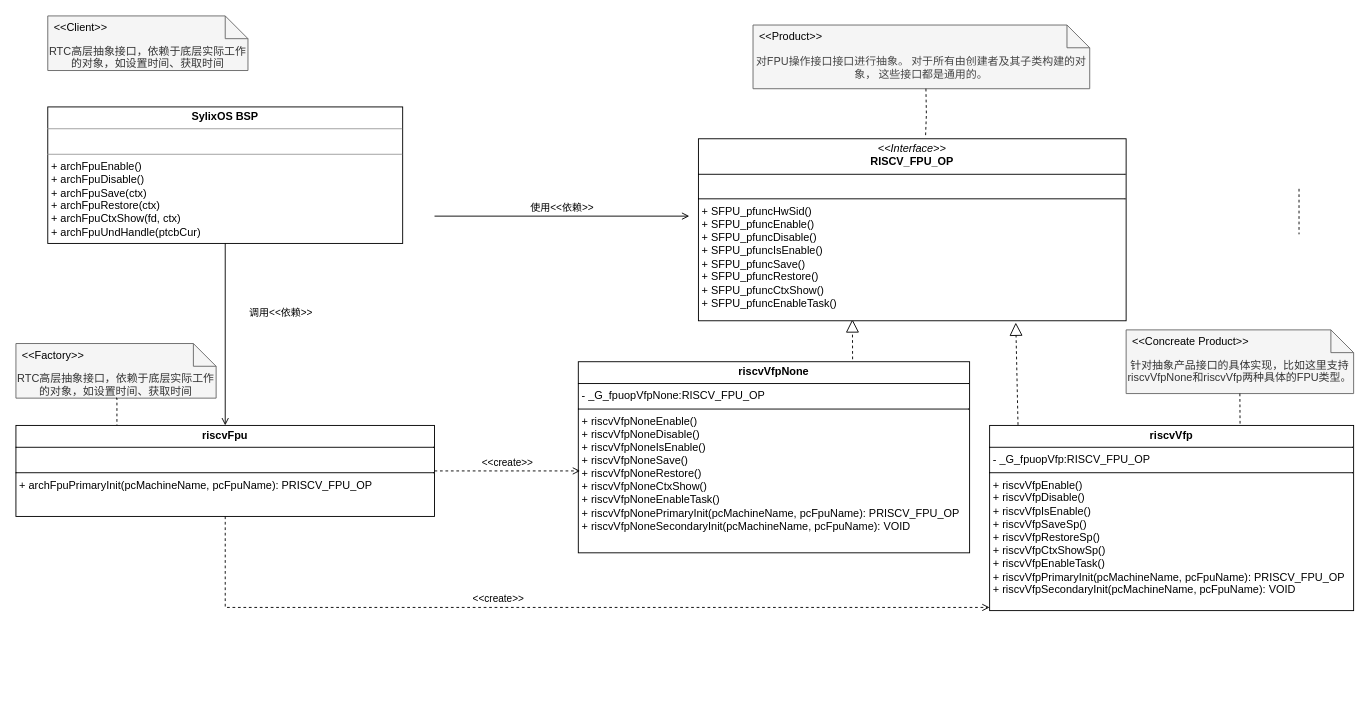
The draw.io diagram page "SylixOS设计模式-简单工厂" (4 of 4) of draw/SylixOS内核艺术.drawio in peng-fan/drawio, before the edit. Source tidied: cells renumbered, new cells numbered last; positions are measured from the earlier drawing's top-left corner, leaving out a move shared by most shapes. Both pictures are drawn from the tidied source at 91%, with x=0, y=0 at pixel (15, 15).
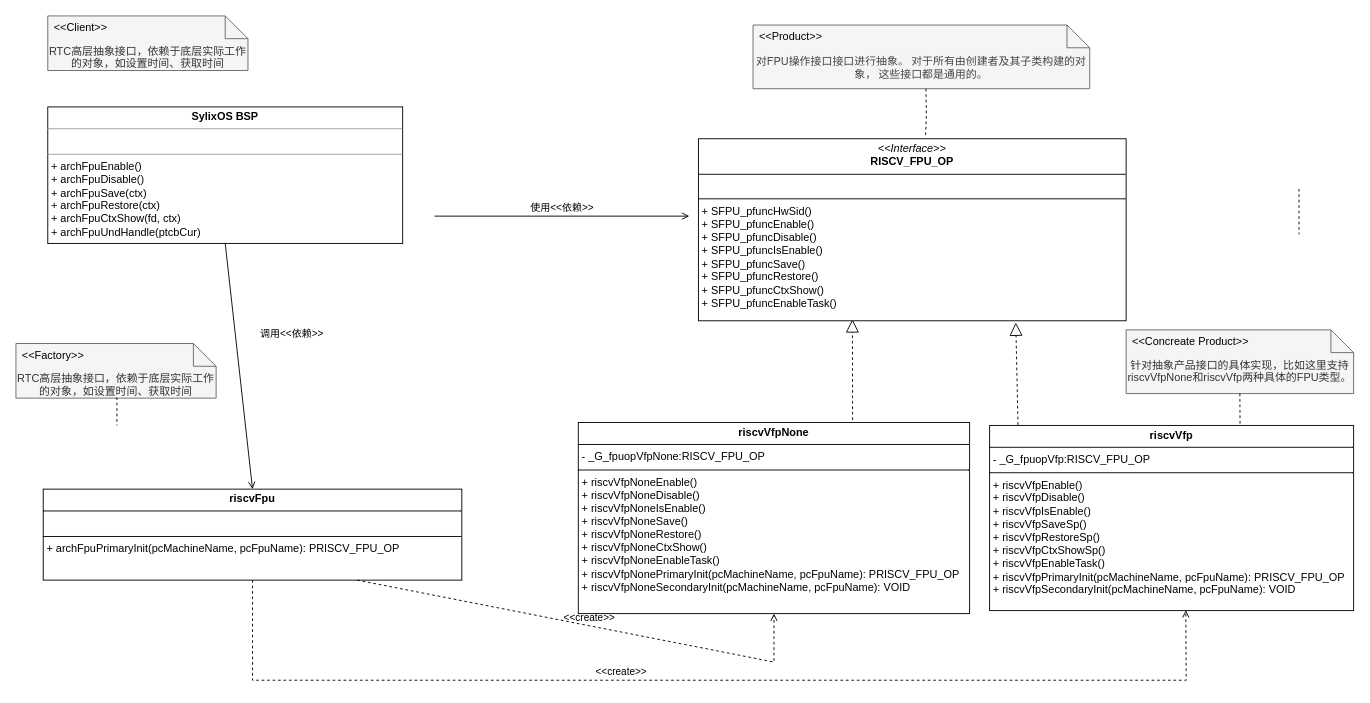
Above is the later version.

Commit message (it also covers changes not shown here):
更新SylixOS内核艺术.drawio

Unchanged cells that the change refers to:
```xml
<mxCell id="7" value="&lt;p style=&quot;margin:0px;margin-top:4px;text-align:center;&quot;&gt;&lt;b&gt;riscvVfp&lt;/b&gt;&lt;/p&gt;&lt;hr size=&quot;1&quot; style=&quot;border-style:solid;&quot;&gt;&lt;p style=&quot;margin:0px;margin-left:4px;&quot;&gt;- _G_fpuopVfp:RISCV_FPU_OP&lt;/p&gt;&lt;hr size=&quot;1&quot; style=&quot;border-style:solid;&quot;&gt;&lt;p style=&quot;margin: 0px 0px 0px 4px;&quot;&gt;&lt;span style=&quot;text-wrap-mode: nowrap;&quot;&gt;+ riscvVfpEnable()&lt;/span&gt;&lt;/p&gt;&lt;p style=&quot;margin: 0px 0px 0px 4px;&quot;&gt;&lt;span style=&quot;text-wrap-mode: nowrap;&quot;&gt;+ riscvVfpDisable()&lt;/span&gt;&lt;/p&gt;&lt;p style=&quot;margin: 0px 0px 0px 4px;&quot;&gt;&lt;span style=&quot;text-wrap-mode: nowrap;&quot;&gt;+ riscvVfpIsEnable()&lt;/span&gt;&lt;/p&gt;&lt;p style=&quot;margin: 0px 0px 0px 4px;&quot;&gt;&lt;span style=&quot;text-wrap-mode: nowrap;&quot;&gt;+ riscvVfpSaveSp()&lt;/span&gt;&lt;/p&gt;&lt;p style=&quot;margin: 0px 0px 0px 4px;&quot;&gt;&lt;span style=&quot;text-wrap-mode: nowrap;&quot;&gt;+ riscvVfpRestoreSp()&lt;/span&gt;&lt;/p&gt;&lt;p style=&quot;margin: 0px 0px 0px 4px;&quot;&gt;&lt;span style=&quot;text-wrap-mode: nowrap;&quot;&gt;+ riscvVfpCtxShowSp()&lt;/span&gt;&lt;/p&gt;&lt;p style=&quot;margin: 0px 0px 0px 4px;&quot;&gt;&lt;span style=&quot;text-wrap-mode: nowrap;&quot;&gt;+ riscvVfpEnableTask()&lt;/span&gt;&lt;/p&gt;&lt;p style=&quot;margin: 0px 0px 0px 4px;&quot;&gt;+ riscvVfpPrimaryInit(pcMachineName, pcFpuName):&amp;nbsp;PRISCV_FPU_OP&lt;span style=&quot;text-wrap-mode: nowrap;&quot;&gt;&lt;/span&gt;&lt;/p&gt;&lt;p style=&quot;margin: 0px 0px 0px 4px;&quot;&gt;+ riscvVfpSecondaryInit(pcMachineName, pcFpuName):&amp;nbsp;VOID&lt;/p&gt;" style="verticalAlign=top;align=left;overflow=fill;html=1;whiteSpace=wrap;" parent="1" vertex="1">
  <mxGeometry x="1070" y="450" width="400" height="203.5" as="geometry" />
</mxCell>
```

Diff of the diagram source:
```diff
@@
     <mxCell id="2" value="&lt;p style=&quot;margin:0px;margin-top:4px;text-align:center;&quot;&gt;&lt;b&gt;riscvVfpNone&lt;/b&gt;&lt;/p&gt;&lt;hr size=&quot;1&quot; style=&quot;border-style:solid;&quot;&gt;&lt;p style=&quot;margin:0px;margin-left:4px;&quot;&gt;- _G_fpuopVfpNone:RISCV_FPU_OP&lt;/p&gt;&lt;hr size=&quot;1&quot; style=&quot;border-style:solid;&quot;&gt;&lt;p style=&quot;margin: 0px 0px 0px 4px;&quot;&gt;&lt;span style=&quot;text-wrap-mode: nowrap;&quot;&gt;+ riscvVfpNoneEnable()&lt;/span&gt;&lt;/p&gt;&lt;p style=&quot;margin: 0px 0px 0px 4px;&quot;&gt;&lt;span style=&quot;text-wrap-mode: nowrap;&quot;&gt;+ riscvVfpNoneDisable()&lt;/span&gt;&lt;/p&gt;&lt;p style=&quot;margin: 0px 0px 0px 4px;&quot;&gt;&lt;span style=&quot;text-wrap-mode: nowrap;&quot;&gt;+ riscvVfpNoneIsEnable()&lt;/span&gt;&lt;/p&gt;&lt;p style=&quot;margin: 0px 0px 0px 4px;&quot;&gt;&lt;span style=&quot;text-wrap-mode: nowrap;&quot;&gt;+ riscvVfpNoneSave()&lt;/span&gt;&lt;/p&gt;&lt;p style=&quot;margin: 0px 0px 0px 4px;&quot;&gt;&lt;span style=&quot;text-wrap-mode: nowrap;&quot;&gt;+ riscvVfpNoneRestore()&lt;/span&gt;&lt;/p&gt;&lt;p style=&quot;margin: 0px 0px 0px 4px;&quot;&gt;&lt;span style=&quot;text-wrap-mode: nowrap;&quot;&gt;+ riscvVfpNoneCtxShow()&lt;/span&gt;&lt;/p&gt;&lt;p style=&quot;margin: 0px 0px 0px 4px;&quot;&gt;&lt;span style=&quot;text-wrap-mode: nowrap;&quot;&gt;+ riscvVfpNoneEnableTask()&lt;/span&gt;&lt;/p&gt;&lt;p style=&quot;margin: 0px 0px 0px 4px;&quot;&gt;+ riscvVfp&lt;span style=&quot;text-wrap-mode: nowrap; background-color: transparent; color: light-dark(rgb(0, 0, 0), rgb(255, 255, 255));&quot;&gt;None&lt;/span&gt;&lt;span style=&quot;background-color: transparent; color: light-dark(rgb(0, 0, 0), rgb(255, 255, 255));&quot;&gt;PrimaryInit(pcMachineName, pcFpuName):&amp;nbsp;PRISCV_FPU_OP&lt;/span&gt;&lt;/p&gt;&lt;p style=&quot;margin: 0px 0px 0px 4px;&quot;&gt;+ riscvVfp&lt;span style=&quot;text-wrap-mode: nowrap; background-color: transparent; color: light-dark(rgb(0, 0, 0), rgb(255, 255, 255));&quot;&gt;None&lt;/span&gt;&lt;span style=&quot;background-color: transparent; color: light-dark(rgb(0, 0, 0), rgb(255, 255, 255));&quot;&gt;SecondaryInit(pcMachineName, pcFpuName):&amp;nbsp;VOID&lt;/span&gt;&lt;/p&gt;" style="verticalAlign=top;align=left;overflow=fill;html=1;whiteSpace=wrap;" parent="1" vertex="1">
-      <mxGeometry x="618" y="380" width="430" height="210" as="geometry" />
+      <mxGeometry x="618" y="446.8" width="430" height="210" as="geometry" />
     </mxCell>
@@
     <mxCell id="5" value="&lt;p style=&quot;margin:0px;margin-top:4px;text-align:center;&quot;&gt;&lt;b&gt;riscvFpu&lt;/b&gt;&lt;/p&gt;&lt;hr size=&quot;1&quot; style=&quot;border-style:solid;&quot;&gt;&lt;p style=&quot;margin:0px;margin-left:4px;&quot;&gt;&lt;br&gt;&lt;/p&gt;&lt;hr size=&quot;1&quot; style=&quot;border-style:solid;&quot;&gt;&lt;p style=&quot;margin: 0px 0px 0px 4px;&quot;&gt;+ archFpuPrimaryInit(pcMachineName, pcFpuName):&amp;nbsp;PRISCV_FPU_OP&lt;/p&gt;" style="verticalAlign=top;align=left;overflow=fill;html=1;whiteSpace=wrap;" parent="1" vertex="1">
-      <mxGeometry y="450" width="460" height="100" as="geometry" />
+      <mxGeometry x="30" y="520" width="460" height="100" as="geometry" />
     </mxCell>
@@
-    <mxCell id="9" value="&amp;lt;&amp;lt;create&amp;gt;&amp;gt;" style="html=1;verticalAlign=bottom;labelBackgroundColor=none;endArrow=open;endFill=0;dashed=1;rounded=0;" parent="1" edge="1">
+    <mxCell id="9" value="&amp;lt;&amp;lt;create&amp;gt;&amp;gt;" style="html=1;verticalAlign=bottom;labelBackgroundColor=none;endArrow=open;endFill=0;dashed=1;rounded=0;entryX=0.5;entryY=1;entryDx=0;entryDy=0;exitX=0.75;exitY=1;exitDx=0;exitDy=0;" parent="1" edge="1" source="5" target="2">
       <mxGeometry relative="1" as="geometry">
-        <mxPoint x="460" y="500" as="sourcePoint" />
-        <mxPoint x="620" y="500" as="targetPoint" />
+        <Array as="points">
+          <mxPoint x="833" y="710" />
+        </Array>
       </mxGeometry>
     </mxCell>
-    <mxCell id="10" value="&amp;lt;&amp;lt;create&amp;gt;&amp;gt;" style="html=1;verticalAlign=bottom;labelBackgroundColor=none;endArrow=open;endFill=0;dashed=1;rounded=0;exitX=0.5;exitY=1;exitDx=0;exitDy=0;" parent="1" edge="1" source="5">
+    <mxCell id="10" value="&amp;lt;&amp;lt;create&amp;gt;&amp;gt;" style="html=1;verticalAlign=bottom;labelBackgroundColor=none;endArrow=open;endFill=0;dashed=1;rounded=0;exitX=0.5;exitY=1;exitDx=0;exitDy=0;entryX=0.539;entryY=0.998;entryDx=0;entryDy=0;entryPerimeter=0;" parent="1" edge="1" source="5" target="7">
       <mxGeometry x="-0.15" relative="1" as="geometry">
-        <mxPoint x="1070" y="650" as="targetPoint" />
         <Array as="points">
-          <mxPoint x="230" y="650" />
+          <mxPoint x="260" y="730" />
+          <mxPoint x="1286" y="730" />
         </Array>
       </mxGeometry>
     </mxCell>
```
